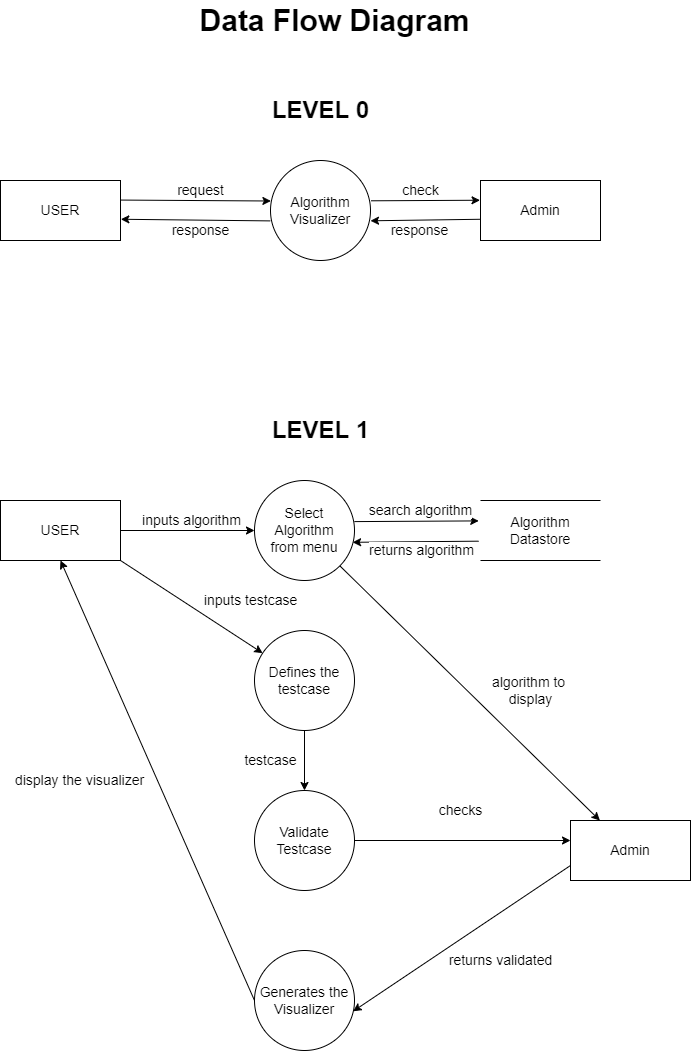
The draw.io diagram Data Flow Diagram.drawio.png in Mitansh007/SE, before a commit. Source tidied: cells renumbered, new cells last; positions are measured from the earlier drawing's top-left corner, leaving out a move shared by most shapes.
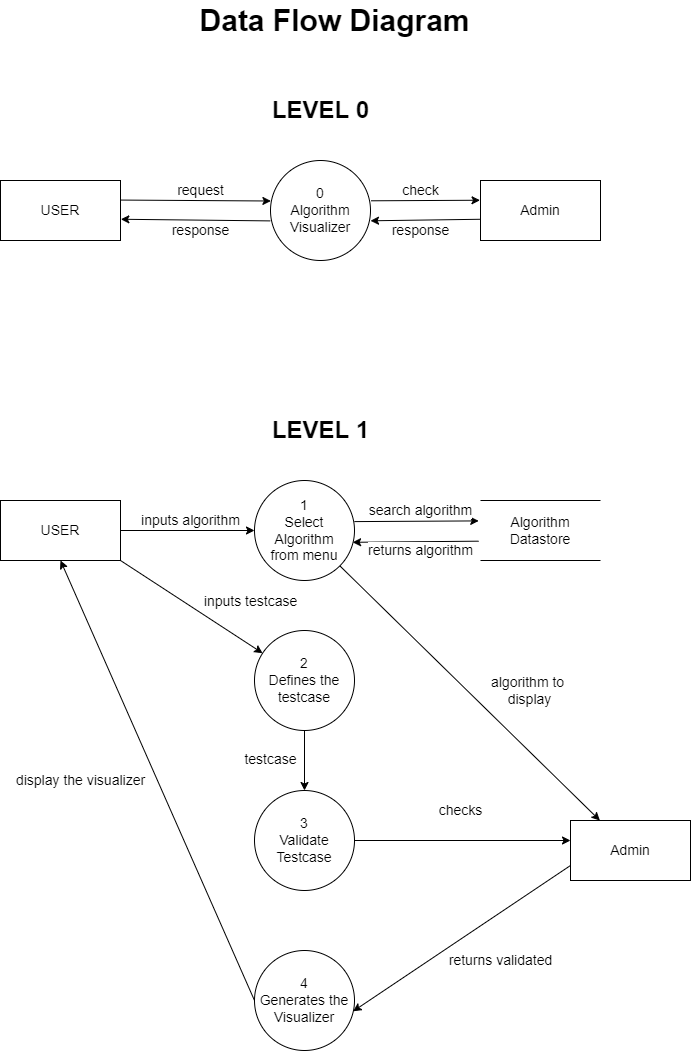
After the commit.

What changed in the source:
```diff
@@ -5,7 +5,7 @@
     <mxCell id="2" value="&lt;font style=&quot;font-size: 14px;&quot;&gt;USER&lt;/font&gt;" style="rounded=0;whiteSpace=wrap;html=1;" parent="1" vertex="1">
       <mxGeometry y="500" width="120" height="60" as="geometry" />
     </mxCell>
-    <mxCell id="3" value="&lt;span style=&quot;&quot;&gt;Select Algorithm&lt;br&gt;from menu&lt;br&gt;&lt;/span&gt;" style="ellipse;whiteSpace=wrap;html=1;fontSize=14;" parent="1" vertex="1">
+    <mxCell id="3" value="&lt;span style=&quot;&quot;&gt;1&lt;br&gt;Select Algorithm&lt;br&gt;from menu&lt;br&gt;&lt;/span&gt;" style="ellipse;whiteSpace=wrap;html=1;fontSize=14;" parent="1" vertex="1">
       <mxGeometry x="254" y="480" width="100" height="100" as="geometry" />
     </mxCell>
     <mxCell id="4" value="Algorithm&lt;br&gt;Datastore" style="shape=partialRectangle;whiteSpace=wrap;html=1;left=0;right=0;fillColor=none;fontSize=14;" parent="1" vertex="1">
@@ -25,16 +25,16 @@
         <mxPoint y="-1" as="offset" />
       </mxGeometry>
     </mxCell>
-    <mxCell id="9" value="Defines the&lt;br&gt;testcase" style="ellipse;whiteSpace=wrap;html=1;fontSize=14;" parent="1" vertex="1">
+    <mxCell id="9" value="2&lt;br&gt;Defines the&lt;br&gt;testcase" style="ellipse;whiteSpace=wrap;html=1;fontSize=14;" parent="1" vertex="1">
       <mxGeometry x="254" y="630" width="100" height="100" as="geometry" />
     </mxCell>
-    <mxCell id="10" value="Validate Testcase" style="ellipse;whiteSpace=wrap;html=1;fontSize=14;" parent="1" vertex="1">
+    <mxCell id="10" value="3&lt;br&gt;Validate Testcase" style="ellipse;whiteSpace=wrap;html=1;fontSize=14;" parent="1" vertex="1">
       <mxGeometry x="254" y="790" width="100" height="100" as="geometry" />
     </mxCell>
     <mxCell id="11" value="search algorithm" style="endArrow=classic;html=1;rounded=0;fontSize=14;exitX=0.999;exitY=0.411;exitDx=0;exitDy=0;exitPerimeter=0;entryX=-0.015;entryY=0.34;entryDx=0;entryDy=0;entryPerimeter=0;" parent="1" edge="1" source="3" target="4">
       <mxGeometry x="0.06" y="11" relative="1" as="geometry" />
     </mxCell>
-    <mxCell id="12" value="Algorithm&lt;br&gt;Visualizer" style="ellipse;whiteSpace=wrap;html=1;fontSize=14;" parent="1" vertex="1">
+    <mxCell id="12" value="0&lt;br&gt;Algorithm&lt;br&gt;Visualizer" style="ellipse;whiteSpace=wrap;html=1;fontSize=14;" parent="1" vertex="1">
       <mxGeometry x="270" y="160" width="100" height="100" as="geometry" />
     </mxCell>
     <mxCell id="13" value="request" style="endArrow=classic;html=1;rounded=0;fontSize=14;exitX=0.998;exitY=0.326;exitDx=0;exitDy=0;exitPerimeter=0;entryX=0.004;entryY=0.405;entryDx=0;entryDy=0;entryPerimeter=0;" parent="1" edge="1" source="5" target="12">
@@ -63,7 +63,7 @@
     <mxCell id="20" value="algorithm to &lt;br&gt;display" style="endArrow=classic;html=1;rounded=0;fontSize=14;exitX=1;exitY=1;exitDx=0;exitDy=0;" parent="1" edge="1" source="3" target="18">
       <mxGeometry x="0.23" y="44" relative="1" as="geometry" />
     </mxCell>
-    <mxCell id="21" value="Generates the&lt;br&gt;Visualizer" style="ellipse;whiteSpace=wrap;html=1;fontSize=14;" parent="1" vertex="1">
+    <mxCell id="21" value="4&lt;br&gt;Generates the&lt;br&gt;Visualizer" style="ellipse;whiteSpace=wrap;html=1;fontSize=14;" parent="1" vertex="1">
       <mxGeometry x="254" y="950" width="100" height="100" as="geometry" />
     </mxCell>
     <mxCell id="22" value="returns validated" style="endArrow=classic;html=1;rounded=0;fontSize=14;exitX=0;exitY=0.75;exitDx=0;exitDy=0;entryX=0.986;entryY=0.608;entryDx=0;entryDy=0;entryPerimeter=0;" parent="1" edge="1" source="18" target="21">
```
